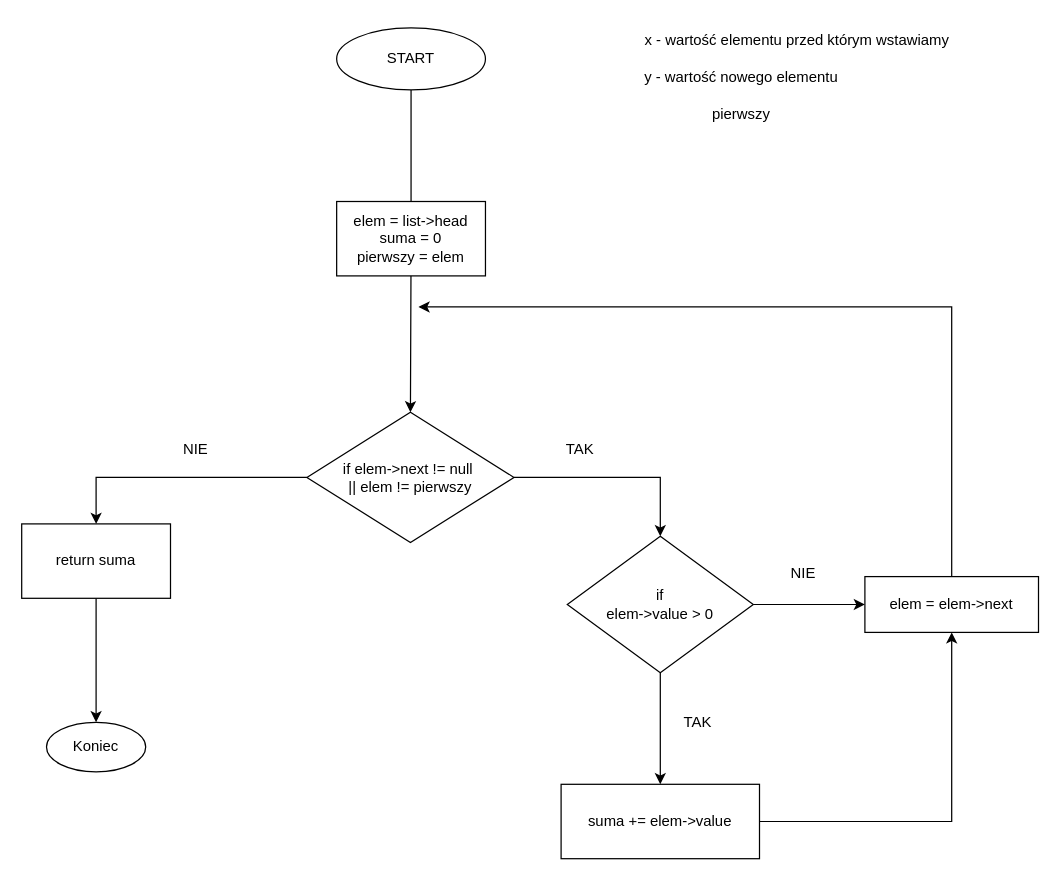
Above: page "Zadanie 8" (9 of 11) of Diagram bez tytułu.drawio in Pawel-Lechki/algorytmy-cwiczenia (draw.io), before the change. Source tidied: cells renumbered, new cells numbered last; positions are measured from the earlier drawing's top-left corner, leaving out a move shared by most shapes. Both pictures are drawn from the tidied source at 124%, with x=0, y=0 at pixel (21, 21).
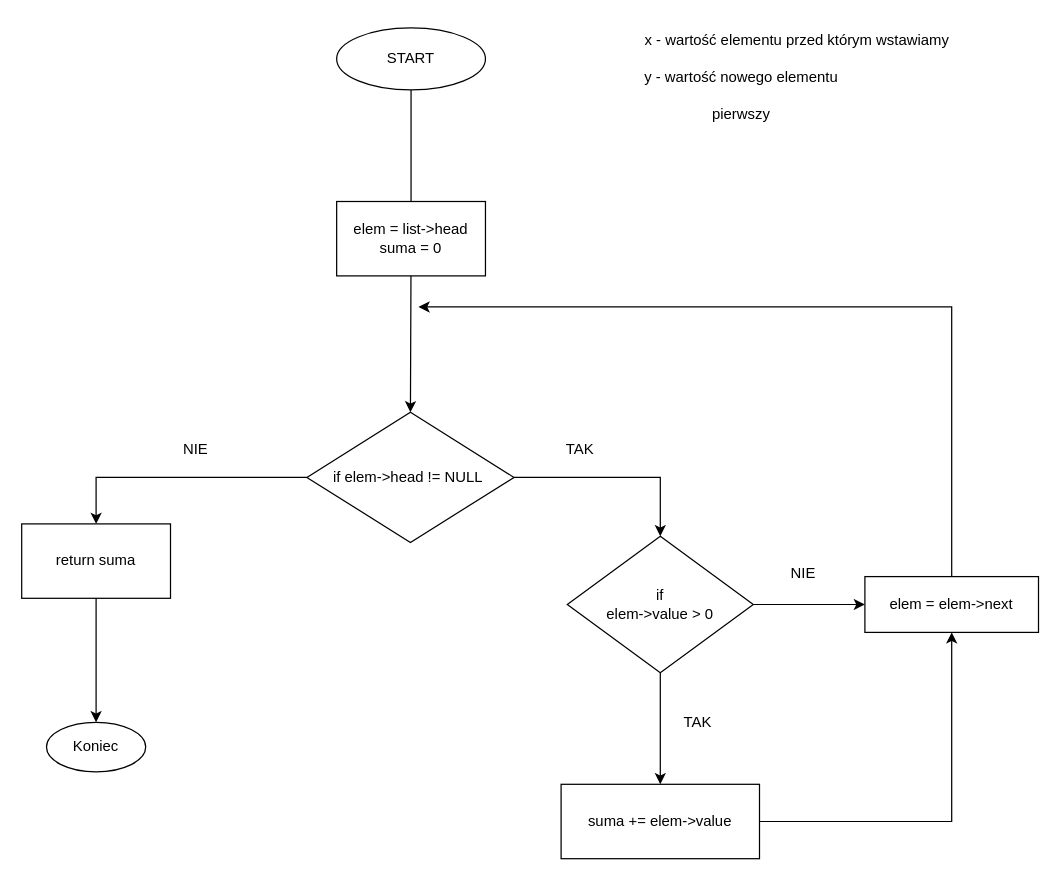
The same page after the edit.

Diff of the diagram source:
```diff
@@
-    <mxCell id="4" value="elem = list-&amp;gt;head&lt;br&gt;suma = 0&lt;br&gt;pierwszy = elem" style="whiteSpace=wrap;html=1;" parent="1" vertex="1">
+    <mxCell id="4" value="elem = list-&amp;gt;head&lt;br&gt;suma = 0" style="whiteSpace=wrap;html=1;" parent="1" vertex="1">
       <mxGeometry x="254" y="145" width="120" height="60" as="geometry" />
     </mxCell>
@@
-    <mxCell id="10" value="if elem-&amp;gt;next != null&amp;nbsp;&lt;br&gt;|| elem != pierwszy" style="rhombus;whiteSpace=wrap;html=1;" parent="1" vertex="1">
+    <mxCell id="10" value="if elem-&amp;gt;head != NULL&amp;nbsp;" style="rhombus;whiteSpace=wrap;html=1;" parent="1" vertex="1">
       <mxGeometry x="230" y="315" width="167" height="105" as="geometry" />
     </mxCell>
```
